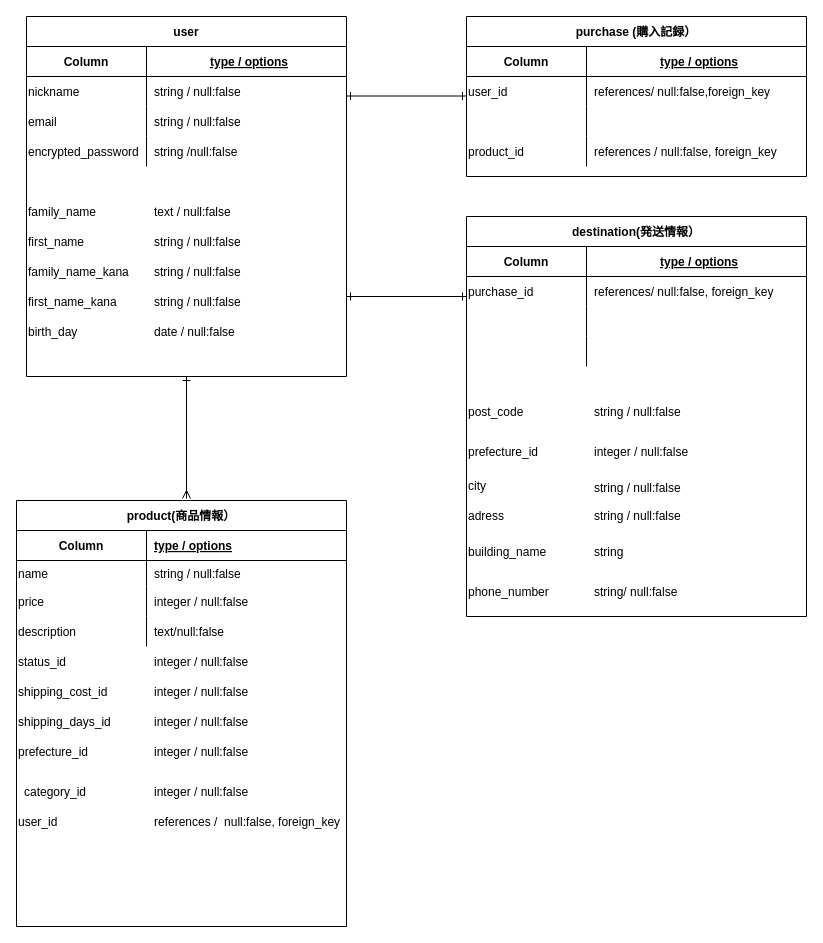
Above: frima.dio in itosyo-takumi/furima-37236 (draw.io), before the change. Source tidied: cells renumbered, new cells numbered last; positions are measured from the earlier drawing's top-left corner, leaving out a move shared by most shapes. Both pictures are drawn from the tidied source at 100%, with x=0, y=0 at pixel (16, 16).
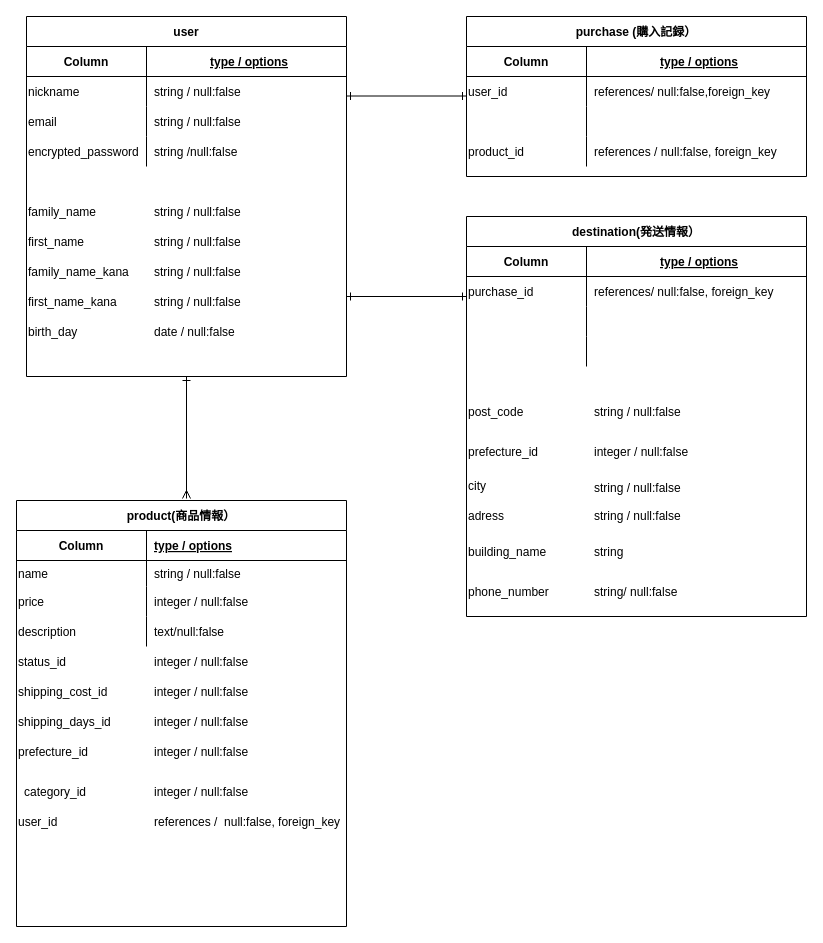
After the change.

The edit, as a diff of the source:
```diff
@@
-    <mxCell id="21" value="text / null:false " style="shape=partialRectangle;fillColor=none;top=0;left=0;bottom=0;right=0;align=left;spacingLeft=6;overflow=hidden;" parent="1" vertex="1">
+    <mxCell id="21" value="string / null:false" style="shape=partialRectangle;fillColor=none;top=0;left=0;bottom=0;right=0;align=left;spacingLeft=6;overflow=hidden;" parent="1" vertex="1">
       <mxGeometry x="130" y="180" width="200" height="30" as="geometry" />
     </mxCell>
```
